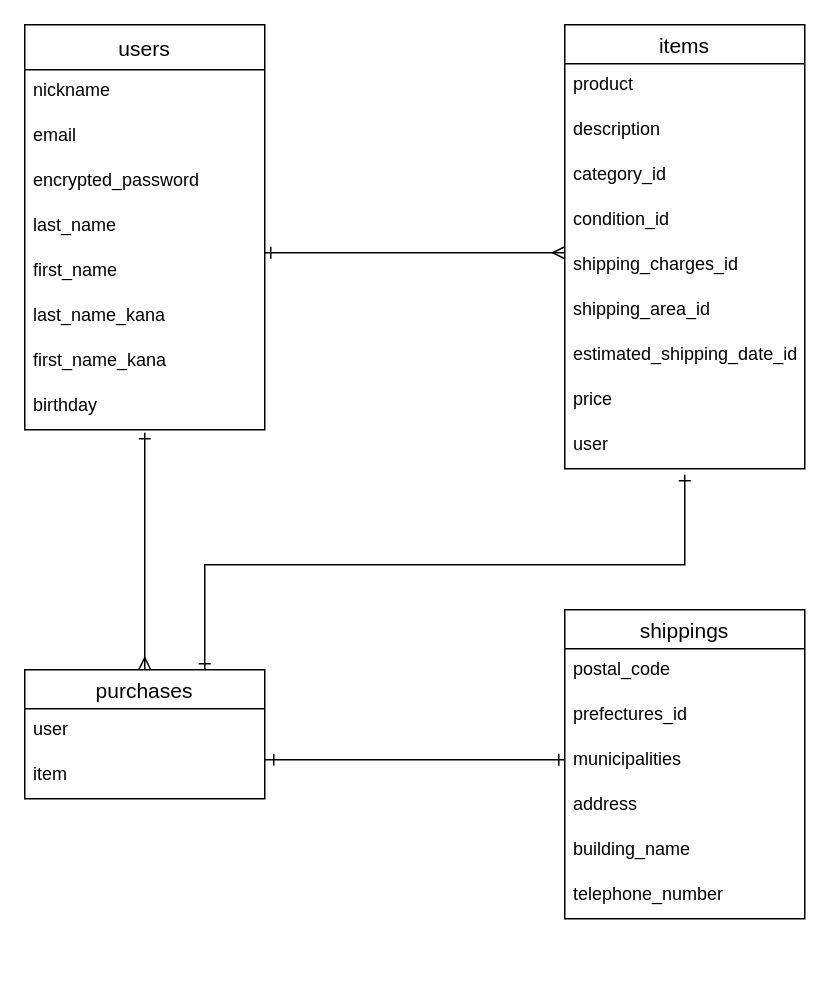
Before: ER図.dio in teramitomoki/furima-36881, a draw.io diagram. Source tidied: cells renumbered, new cells numbered last; positions are measured from the earlier drawing's top-left corner, leaving out a move shared by most shapes. Both pictures are drawn from the tidied source at 150%, with x=0, y=0 at pixel (24, 24).
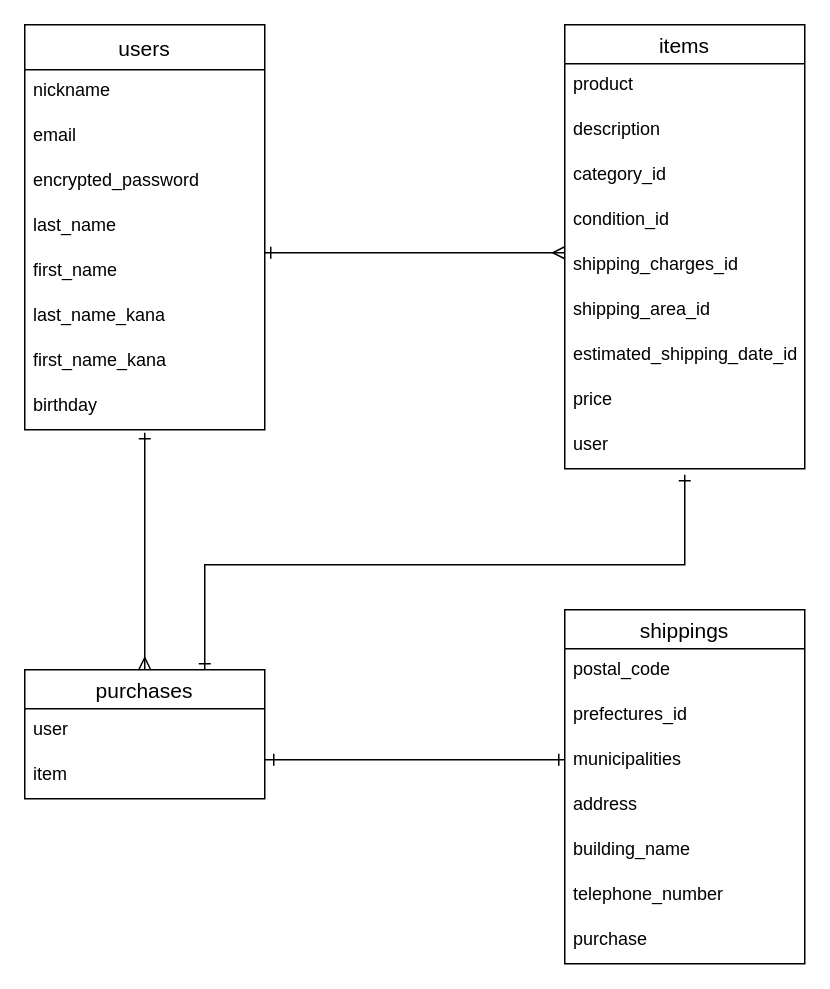
The same diagram, later.

Commit message (it also covers changes not shown here):
ER図,README修正4

Diff of the diagram source:
```diff
@@
     <mxCell id="24" value="shippings" style="swimlane;fontStyle=0;horizontal=1;startSize=26;align=center;fontSize=14;" parent="1" vertex="1">
-      <mxGeometry x="360" y="390" width="160" height="206" as="geometry" />
+      <mxGeometry x="360" y="390" width="160" height="236" as="geometry" />
     </mxCell>
@@
+    <mxCell id="35" value="purchase" style="text;strokeColor=none;fillColor=none;spacingLeft=4;spacingRight=4;overflow=hidden;fontSize=12;" parent="24" vertex="1">
+      <mxGeometry y="206" width="160" height="30" as="geometry" />
+    </mxCell>
```
